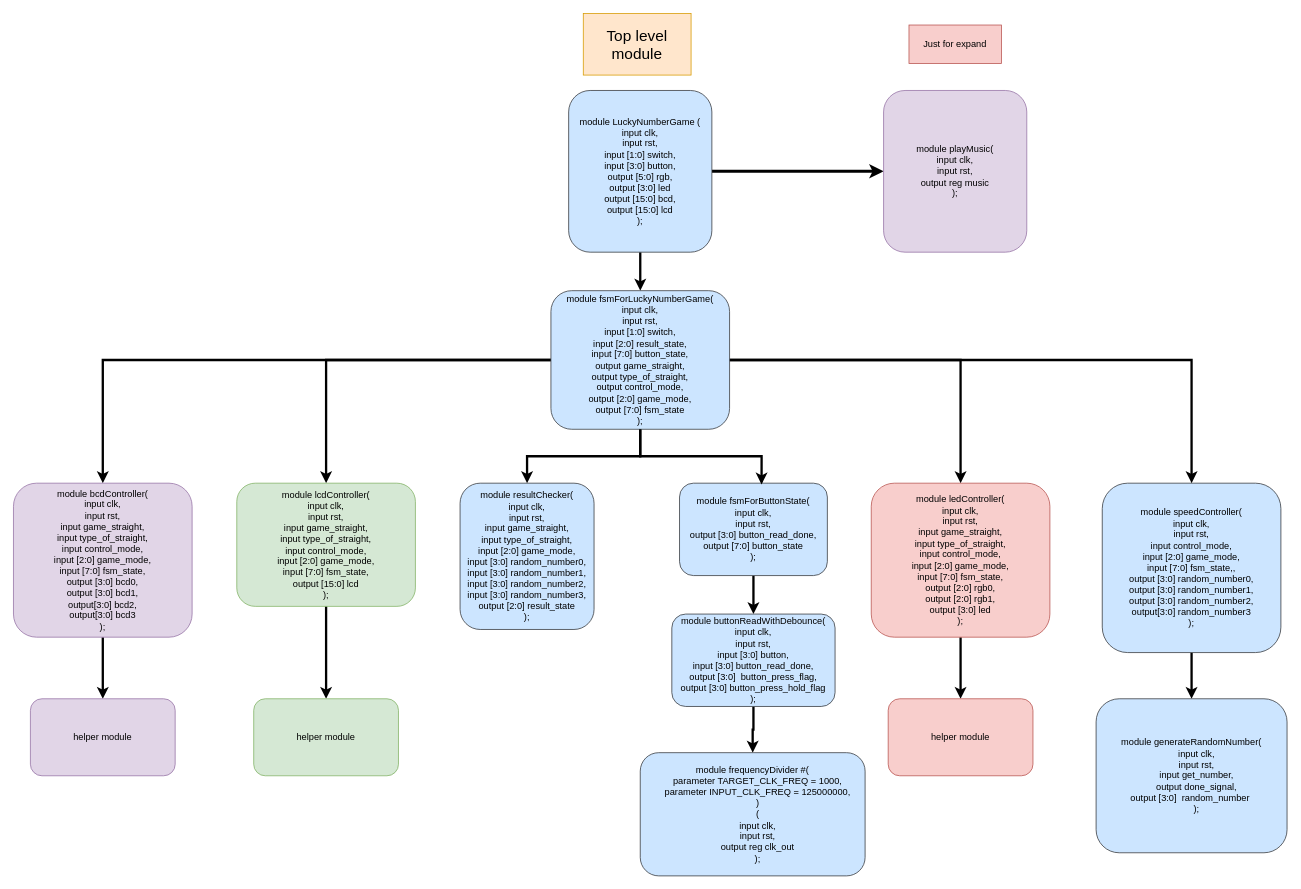
Before: Document/Module_design_v1.drawio in nguyenthinhthanh/Lucky_Number_Game, a draw.io diagram. Source tidied: cells renumbered, new cells numbered last; positions are measured from the earlier drawing's top-left corner, leaving out a move shared by most shapes. Both pictures are drawn from the tidied source at 77%, with x=0, y=0 at pixel (13, 13).
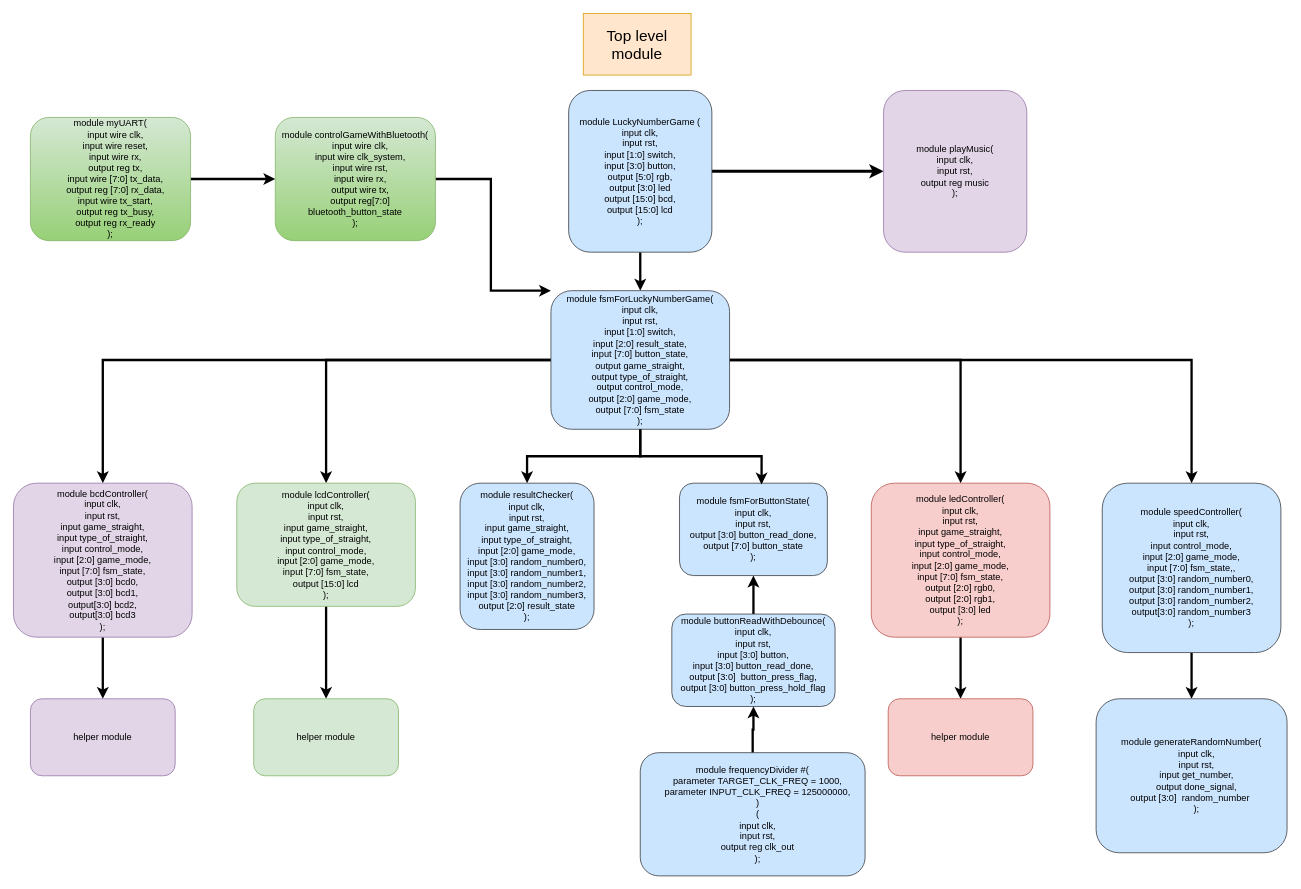
After the change.

Unchanged cells that the change refers to:
```xml
<mxCell id="10" value="module fsmForLuckyNumberGame(&lt;div&gt;input clk,&lt;/div&gt;&lt;div&gt;input rst,&lt;/div&gt;&lt;div&gt;input [1:0] switch,&lt;/div&gt;&lt;div&gt;input [2:0] result_state,&lt;/div&gt;&lt;div&gt;input [7:0] button_state,&lt;/div&gt;&lt;div&gt;output game_straight,&lt;br&gt;&lt;/div&gt;&lt;div&gt;output type_of_straight,&lt;br&gt;&lt;/div&gt;&lt;div&gt;output control_mode,&lt;/div&gt;&lt;div&gt;output [2:0] game_mode,&lt;/div&gt;&lt;div&gt;output [7:0] fsm_state&lt;/div&gt;&lt;div&gt;);&lt;/div&gt;" style="whiteSpace=wrap;html=1;fillColor=#cce5ff;strokeColor=#36393d;rounded=1;" parent="1" vertex="1">
  <mxGeometry x="698" y="360" width="232" height="180" as="geometry" />
</mxCell>
<mxCell id="12" value="module fsmForButtonState(&lt;div&gt;input clk,&lt;/div&gt;&lt;div&gt;input rst,&lt;/div&gt;&lt;div&gt;output [3:0] button_read_done,&lt;/div&gt;&lt;div&gt;output [7:0] button_state&lt;/div&gt;&lt;div&gt;);&lt;/div&gt;" style="whiteSpace=wrap;html=1;fillColor=#cce5ff;strokeColor=#36393d;rounded=1;" parent="1" vertex="1">
  <mxGeometry x="865" y="610" width="192" height="120" as="geometry" />
</mxCell>
<mxCell id="15" value="module buttonReadWithDebounce(&lt;div&gt;input clk,&lt;/div&gt;&lt;div&gt;input rst,&lt;/div&gt;&lt;div&gt;input [3:0] button,&lt;/div&gt;&lt;div&gt;input [3:0] button_read_done,&lt;/div&gt;&lt;div&gt;output [3:0]&amp;nbsp; button_press_flag,&lt;/div&gt;&lt;div&gt;output [3:0] button_press_hold_flag&lt;/div&gt;&lt;div&gt;);&lt;/div&gt;" style="whiteSpace=wrap;html=1;fillColor=#cce5ff;strokeColor=#36393d;rounded=1;" parent="1" vertex="1">
  <mxGeometry x="855" y="780" width="212" height="120" as="geometry" />
</mxCell>
<mxCell id="16" value="&lt;div&gt;module frequencyDivider #(&lt;/div&gt;&lt;div&gt;&amp;nbsp; &amp;nbsp; parameter TARGET_CLK_FREQ = 1000,&lt;/div&gt;&lt;div&gt;&amp;nbsp; &amp;nbsp; parameter INPUT_CLK_FREQ = 125000000,&lt;/div&gt;&lt;div&gt;&amp;nbsp; &amp;nbsp; )&lt;/div&gt;&lt;div&gt;&amp;nbsp; &amp;nbsp; (&lt;/div&gt;&lt;div&gt;&amp;nbsp; &amp;nbsp; input clk,&lt;/div&gt;&lt;div&gt;&amp;nbsp; &amp;nbsp; input rst,&lt;/div&gt;&lt;div&gt;&amp;nbsp; &amp;nbsp; output reg clk_out&lt;/div&gt;&lt;div&gt;&amp;nbsp; &amp;nbsp; );&lt;/div&gt;" style="whiteSpace=wrap;html=1;fillColor=#cce5ff;strokeColor=#36393d;rounded=1;" parent="1" vertex="1">
  <mxGeometry x="814" y="960" width="292" height="160" as="geometry" />
</mxCell>
```

Change to the diagram source:
```diff
@@
-    <mxCell id="11" style="edgeStyle=orthogonalEdgeStyle;rounded=0;jettySize=auto;html=1;entryX=0.5;entryY=0;entryDx=0;entryDy=0;strokeWidth=3;" parent="1" edge="1" source="12" target="15">
-      <mxGeometry relative="1" as="geometry" />
-    </mxCell>
@@
-    <mxCell id="14" style="edgeStyle=orthogonalEdgeStyle;rounded=0;jettySize=auto;html=1;entryX=0.5;entryY=0;entryDx=0;entryDy=0;strokeWidth=3;" parent="1" edge="1" source="15" target="16">
-      <mxGeometry relative="1" as="geometry" />
-    </mxCell>
+    <mxCell id="33" style="edgeStyle=orthogonalEdgeStyle;rounded=0;jettySize=auto;html=1;entryX=0.5;entryY=1;entryDx=0;entryDy=0;strokeWidth=3;" parent="1" edge="1" source="15" target="12">
+      <mxGeometry relative="1" as="geometry" />
+    </mxCell>
@@
+    <mxCell id="34" style="edgeStyle=orthogonalEdgeStyle;rounded=0;jettySize=auto;html=1;entryX=0.5;entryY=1;entryDx=0;entryDy=0;strokeWidth=3;" parent="1" edge="1" source="16" target="15">
+      <mxGeometry relative="1" as="geometry" />
+    </mxCell>
@@
-    <mxCell id="32" value="Just for expand" style="rounded=0;whiteSpace=wrap;html=1;fillColor=#f8cecc;strokeColor=#b85450;" parent="1" vertex="1">
-      <mxGeometry x="1163" y="15" width="120" height="50" as="geometry" />
-    </mxCell>
+    <mxCell id="35" style="edgeStyle=orthogonalEdgeStyle;rounded=0;jettySize=auto;html=1;entryX=0;entryY=0.5;entryDx=0;entryDy=0;strokeWidth=3;" parent="1" edge="1" source="36" target="38">
+      <mxGeometry relative="1" as="geometry" />
+    </mxCell>
+    <mxCell id="36" value="&lt;div&gt;module myUART(&lt;/div&gt;&lt;div&gt;&amp;nbsp; &amp;nbsp; input wire clk,&lt;/div&gt;&lt;div&gt;&amp;nbsp; &amp;nbsp; input wire reset,&lt;/div&gt;&lt;div&gt;&amp;nbsp; &amp;nbsp; input wire rx,&lt;/div&gt;&lt;div&gt;&amp;nbsp; &amp;nbsp; output reg tx,&lt;/div&gt;&lt;div&gt;&amp;nbsp; &amp;nbsp; input wire [7:0] tx_data,&lt;/div&gt;&lt;div&gt;&amp;nbsp; &amp;nbsp; output reg [7:0] rx_data,&lt;/div&gt;&lt;div&gt;&amp;nbsp; &amp;nbsp; input wire tx_start,&lt;/div&gt;&lt;div&gt;&amp;nbsp; &amp;nbsp; output reg tx_busy,&lt;/div&gt;&lt;div&gt;&amp;nbsp; &amp;nbsp; output reg rx_ready&lt;/div&gt;&lt;div&gt;);&lt;/div&gt;" style="whiteSpace=wrap;html=1;fillColor=#d5e8d4;strokeColor=#82b366;rounded=1;gradientColor=#97d077;" parent="1" vertex="1">
+      <mxGeometry x="22" y="135" width="208" height="160" as="geometry" />
+    </mxCell>
+    <mxCell id="37" style="edgeStyle=orthogonalEdgeStyle;rounded=0;jettySize=auto;html=1;entryX=0;entryY=0;entryDx=0;entryDy=0;strokeWidth=3;" parent="1" edge="1" source="38" target="10">
+      <mxGeometry relative="1" as="geometry">
+        <Array as="points">
+          <mxPoint x="620" y="215" />
+          <mxPoint x="620" y="360" />
+        </Array>
+      </mxGeometry>
+    </mxCell>
+    <mxCell id="38" value="&lt;div&gt;module controlGameWithBluetooth(&lt;/div&gt;&lt;div&gt;&amp;nbsp; &amp;nbsp; input wire clk,&lt;/div&gt;&lt;div&gt;&amp;nbsp; &amp;nbsp; input wire clk_system,&lt;/div&gt;&lt;div&gt;&amp;nbsp; &amp;nbsp; input wire rst,&lt;/div&gt;&lt;div&gt;&amp;nbsp; &amp;nbsp; input wire rx,&lt;/div&gt;&lt;div&gt;&amp;nbsp; &amp;nbsp; output wire tx,&lt;/div&gt;&lt;div&gt;&amp;nbsp; &amp;nbsp; output reg[7:0] bluetooth_button_state&lt;/div&gt;&lt;div&gt;);&lt;/div&gt;" style="whiteSpace=wrap;html=1;fillColor=#d5e8d4;strokeColor=#82b366;rounded=1;gradientColor=#97d077;" parent="1" vertex="1">
+      <mxGeometry x="340" y="135" width="208" height="160" as="geometry" />
+    </mxCell>
```
